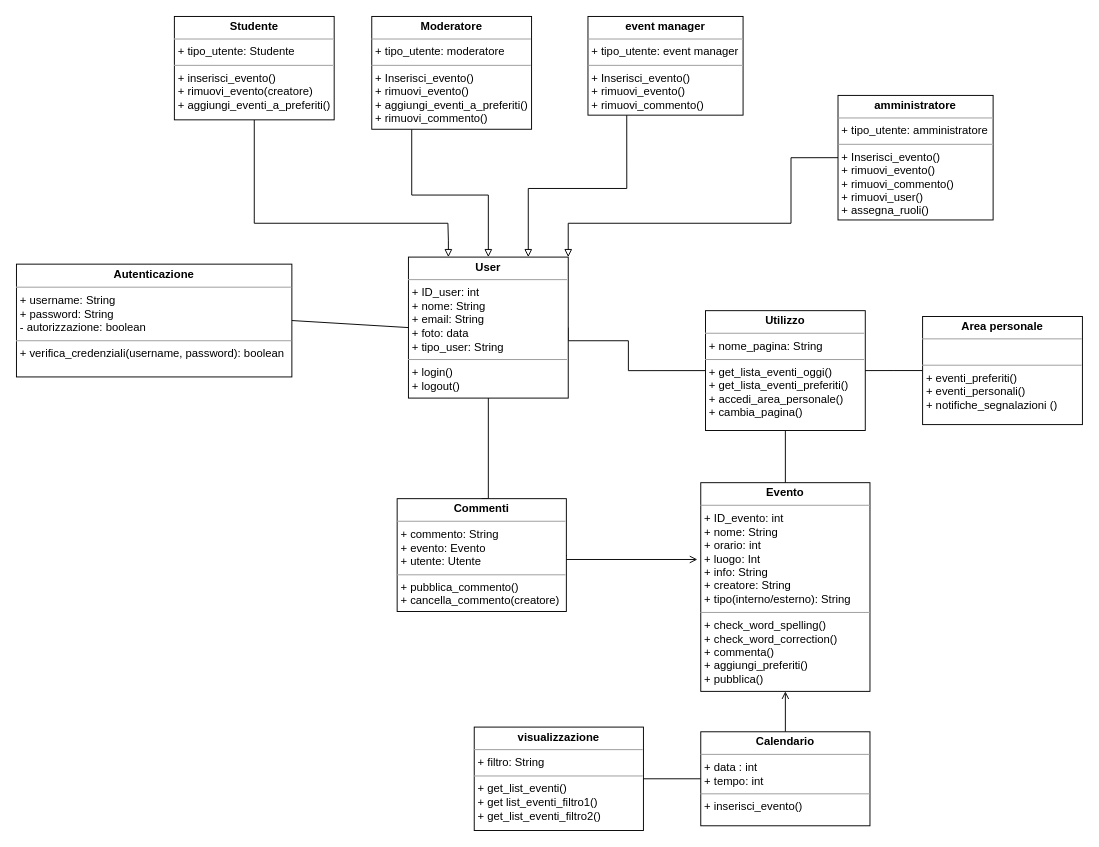
The draw.io diagram diagrams/4.class_diagram/Class_diagram_IS.drawio in tomasel/IS_Univents, before the edit. Source tidied: cells renumbered, new cells numbered last; positions are measured from the earlier drawing's top-left corner, leaving out a move shared by most shapes. Both pictures are drawn from the tidied source at 94%, with x=0, y=0 at pixel (16, 16).
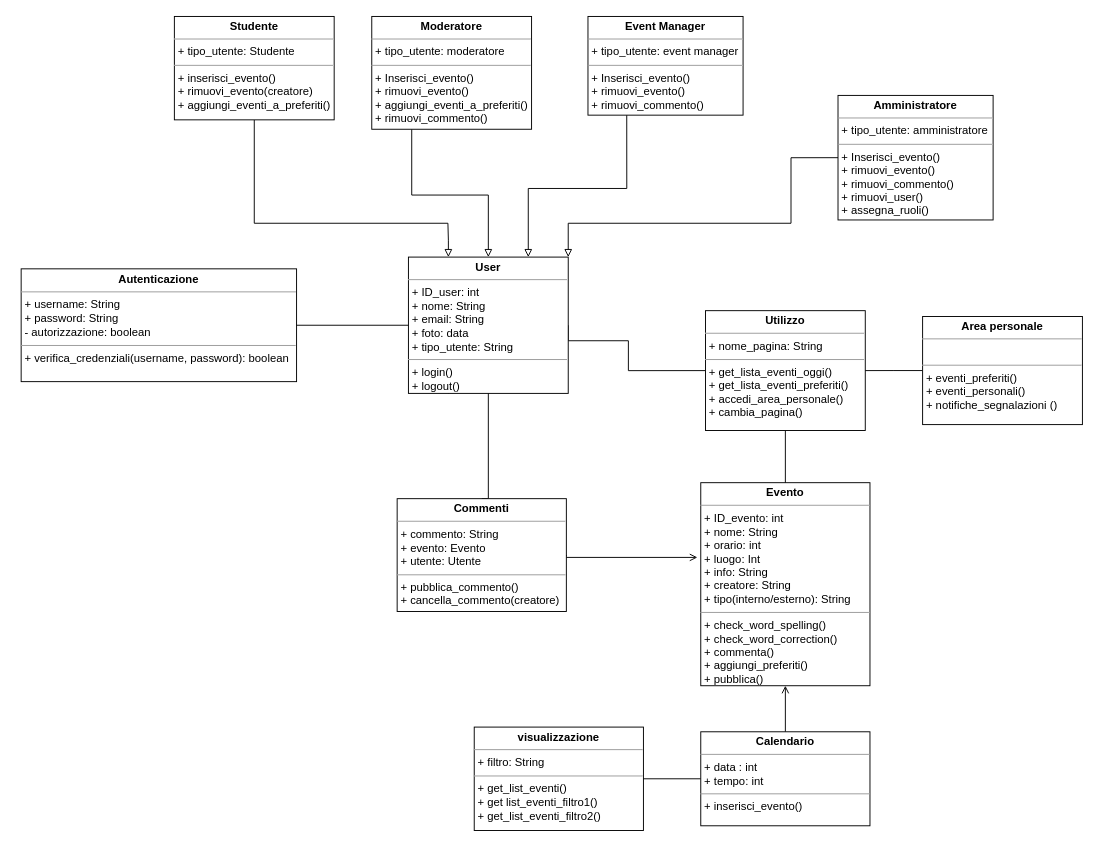
After the change.

What changed in the source:
```diff
@@
-    <mxCell id="8" value="&lt;p style=&quot;margin: 0px ; margin-top: 4px ; text-align: center&quot;&gt;&lt;b&gt;User&lt;/b&gt;&lt;/p&gt;&lt;hr size=&quot;1&quot;&gt;&lt;p style=&quot;margin: 0px ; margin-left: 4px&quot;&gt;+ ID_user: int&lt;/p&gt;&lt;p style=&quot;margin: 0px ; margin-left: 4px&quot;&gt;+ nome: String&lt;/p&gt;&lt;p style=&quot;margin: 0px ; margin-left: 4px&quot;&gt;+ email: String&lt;/p&gt;&lt;p style=&quot;margin: 0px ; margin-left: 4px&quot;&gt;&lt;span&gt;+ foto: data&lt;/span&gt;&lt;/p&gt;&lt;p style=&quot;margin: 0px ; margin-left: 4px&quot;&gt;&lt;span&gt;+ tipo_user: String&lt;/span&gt;&lt;/p&gt;&lt;hr size=&quot;1&quot;&gt;&lt;p style=&quot;margin: 0px ; margin-left: 4px&quot;&gt;+ login()&lt;/p&gt;&lt;p style=&quot;margin: 0px ; margin-left: 4px&quot;&gt;+ logout()&lt;/p&gt;&lt;p style=&quot;margin: 0px 0px 0px 4px&quot;&gt;&lt;br&gt;&lt;/p&gt;" style="verticalAlign=top;align=left;overflow=fill;fontSize=12;fontFamily=Helvetica;html=1;" parent="1" vertex="1">
-      <mxGeometry x="417" y="256" width="170" height="150" as="geometry" />
+    <mxCell id="8" value="&lt;p style=&quot;margin: 0px ; margin-top: 4px ; text-align: center&quot;&gt;&lt;b&gt;User&lt;/b&gt;&lt;/p&gt;&lt;hr size=&quot;1&quot;&gt;&lt;p style=&quot;margin: 0px ; margin-left: 4px&quot;&gt;+ ID_user: int&lt;/p&gt;&lt;p style=&quot;margin: 0px ; margin-left: 4px&quot;&gt;+ nome: String&lt;/p&gt;&lt;p style=&quot;margin: 0px ; margin-left: 4px&quot;&gt;+ email: String&lt;/p&gt;&lt;p style=&quot;margin: 0px ; margin-left: 4px&quot;&gt;&lt;span&gt;+ foto: data&lt;/span&gt;&lt;/p&gt;&lt;p style=&quot;margin: 0px ; margin-left: 4px&quot;&gt;&lt;span&gt;+ tipo_utente: String&lt;/span&gt;&lt;/p&gt;&lt;hr size=&quot;1&quot;&gt;&lt;p style=&quot;margin: 0px ; margin-left: 4px&quot;&gt;+ login()&lt;/p&gt;&lt;p style=&quot;margin: 0px ; margin-left: 4px&quot;&gt;+ logout()&lt;/p&gt;&lt;p style=&quot;margin: 0px 0px 0px 4px&quot;&gt;&lt;br&gt;&lt;/p&gt;" style="verticalAlign=top;align=left;overflow=fill;fontSize=12;fontFamily=Helvetica;html=1;" parent="1" vertex="1">
+      <mxGeometry x="417" y="256" width="170" height="145" as="geometry" />
     </mxCell>
@@
-    <mxCell id="11" value="&lt;p style=&quot;margin: 0px ; margin-top: 4px ; text-align: center&quot;&gt;&lt;b&gt;event manager&lt;/b&gt;&lt;/p&gt;&lt;hr size=&quot;1&quot;&gt;&lt;p style=&quot;margin: 0px ; margin-left: 4px&quot;&gt;+ tipo_utente: event manager&lt;/p&gt;&lt;hr size=&quot;1&quot;&gt;&lt;p style=&quot;margin: 0px ; margin-left: 4px&quot;&gt;&lt;span&gt;+ Inserisci_evento()&lt;/span&gt;&lt;br&gt;&lt;/p&gt;&lt;p style=&quot;margin: 0px ; margin-left: 4px&quot;&gt;+ rimuovi_evento()&lt;/p&gt;&lt;p style=&quot;margin: 0px ; margin-left: 4px&quot;&gt;+ rimuovi_commento()&lt;/p&gt;&lt;p style=&quot;margin: 0px ; margin-left: 4px&quot;&gt;&lt;br&gt;&lt;/p&gt;&lt;p style=&quot;margin: 0px ; margin-left: 4px&quot;&gt;&lt;br&gt;&lt;/p&gt;" style="verticalAlign=top;align=left;overflow=fill;fontSize=12;fontFamily=Helvetica;html=1;" parent="1" vertex="1">
+    <mxCell id="11" value="&lt;p style=&quot;margin: 0px ; margin-top: 4px ; text-align: center&quot;&gt;&lt;b&gt;Event Manager&lt;/b&gt;&lt;/p&gt;&lt;hr size=&quot;1&quot;&gt;&lt;p style=&quot;margin: 0px ; margin-left: 4px&quot;&gt;+ tipo_utente: event manager&lt;/p&gt;&lt;hr size=&quot;1&quot;&gt;&lt;p style=&quot;margin: 0px ; margin-left: 4px&quot;&gt;&lt;span&gt;+ Inserisci_evento()&lt;/span&gt;&lt;br&gt;&lt;/p&gt;&lt;p style=&quot;margin: 0px ; margin-left: 4px&quot;&gt;+ rimuovi_evento()&lt;/p&gt;&lt;p style=&quot;margin: 0px ; margin-left: 4px&quot;&gt;+ rimuovi_commento()&lt;/p&gt;&lt;p style=&quot;margin: 0px ; margin-left: 4px&quot;&gt;&lt;br&gt;&lt;/p&gt;&lt;p style=&quot;margin: 0px ; margin-left: 4px&quot;&gt;&lt;br&gt;&lt;/p&gt;" style="verticalAlign=top;align=left;overflow=fill;fontSize=12;fontFamily=Helvetica;html=1;" parent="1" vertex="1">
       <mxGeometry x="608" width="165" height="105" as="geometry" />
     </mxCell>
@@
     <mxCell id="13" value="&lt;p style=&quot;margin: 0px ; margin-top: 4px ; text-align: center&quot;&gt;&lt;b&gt;Evento&lt;/b&gt;&lt;/p&gt;&lt;hr size=&quot;1&quot;&gt;&lt;p style=&quot;margin: 0px ; margin-left: 4px&quot;&gt;+ ID_evento: int&lt;/p&gt;&lt;p style=&quot;margin: 0px ; margin-left: 4px&quot;&gt;+ nome: String&lt;/p&gt;&lt;p style=&quot;margin: 0px ; margin-left: 4px&quot;&gt;+ orario: int&lt;/p&gt;&lt;p style=&quot;margin: 0px ; margin-left: 4px&quot;&gt;+ luogo: Int&lt;/p&gt;&lt;p style=&quot;margin: 0px ; margin-left: 4px&quot;&gt;+ info: String&lt;/p&gt;&lt;p style=&quot;margin: 0px ; margin-left: 4px&quot;&gt;+ creatore: String&lt;/p&gt;&lt;p style=&quot;margin: 0px ; margin-left: 4px&quot;&gt;+ tipo(interno/esterno): String&lt;/p&gt;&lt;hr size=&quot;1&quot;&gt;&lt;p style=&quot;margin: 0px ; margin-left: 4px&quot;&gt;&lt;span&gt;+ check_word_spelling&lt;/span&gt;&lt;span&gt;()&lt;/span&gt;&lt;br&gt;&lt;/p&gt;&lt;p style=&quot;margin: 0px ; margin-left: 4px&quot;&gt;&lt;span&gt;+ check_word_correction()&lt;/span&gt;&lt;/p&gt;&lt;p style=&quot;margin: 0px ; margin-left: 4px&quot;&gt;&lt;span&gt;+ commenta()&lt;/span&gt;&lt;/p&gt;&lt;p style=&quot;margin: 0px ; margin-left: 4px&quot;&gt;&lt;span&gt;+ aggiungi_preferiti()&lt;/span&gt;&lt;/p&gt;&lt;p style=&quot;margin: 0px ; margin-left: 4px&quot;&gt;&lt;span&gt;+ pubblica()&lt;/span&gt;&lt;/p&gt;&lt;span style=&quot;color: rgba(0 , 0 , 0 , 0) ; font-family: monospace ; font-size: 0px&quot;&gt;%3CmxGraphModel%3E%3Croot%3E%3CmxCell%20id%3D%220%22%2F%3E%3CmxCell%20id%3D%221%22%20parent%3D%220%22%2F%3E%3CmxCell%20id%3D%222%22%20value%3D%22%26lt%3Bp%20style%3D%26quot%3Bmargin%3A%200px%20%3B%20margin-top%3A%204px%20%3B%20text-align%3A%20center%26quot%3B%26gt%3B%26lt%3Bb%26gt%3BStudente%26lt%3B%2Fb%26gt%3B%26lt%3B%2Fp%26gt%3B%26lt%3Bhr%20size%3D%26quot%3B1%26quot%3B%26gt%3B%26lt%3Bp%20style%3D%26quot%3Bmargin%3A%200px%20%3B%20margin-left%3A%204px%26quot%3B%26gt%3Blista_eventi_creati%26lt%3B%2Fp%26gt%3B%26lt%3Bp%20style%3D%26quot%3Bmargin%3A%200px%20%3B%20margin-left%3A%204px%26quot%3B%26gt%3Blista_eventi_preferiti%26lt%3B%2Fp%26gt%3B%26lt%3Bhr%20size%3D%26quot%3B1%26quot%3B%26gt%3B%26lt%3Bp%20style%3D%26quot%3Bmargin%3A%200px%20%3B%20margin-left%3A%204px%26quot%3B%26gt%3Bcommenta()%26lt%3B%2Fp%26gt%3B%26lt%3Bp%20style%3D%26quot%3Bmargin%3A%200px%20%3B%20margin-left%3A%204px%26quot%3B%26gt%3BInserisci_evento()%26lt%3B%2Fp%26gt%3B%26lt%3Bp%20style%3D%26quot%3Bmargin%3A%200px%20%3B%20margin-left%3A%204px%26quot%3B%26gt%3Brimuovi_evento(creatore)%26lt%3B%2Fp%26gt%3B%26lt%3Bp%20style%3D%26quot%3Bmargin%3A%200px%20%3B%20margin-left%3A%204px%26quot%3B%26gt%3B%26lt%3Bbr%26gt%3B%26lt%3B%2Fp%26gt%3B%26lt%3Bp%20style%3D%26quot%3Bmargin%3A%200px%20%3B%20margin-left%3A%204px%26quot%3B%26gt%3B%26lt%3Bbr%26gt%3B%26lt%3B%2Fp%26gt%3B%22%20style%3D%22verticalAlign%3Dtop%3Balign%3Dleft%3Boverflow%3Dfill%3BfontSize%3D12%3BfontFamily%3DHelvetica%3Bhtml%3D1%3B%22%20vertex%3D%221%22%20parent%3D%221%22%3E%3CmxGeometry%20x%3D%22120%22%20y%3D%22495%22%20width%3D%22160%22%20height%3D%22185%22%20as%3D%22geometry%22%2F%3E%3C%2FmxCell%3E%3C%2Froot%3E%3C%2FmxGraphModel%3&lt;br&gt;&lt;/span&gt;&lt;p style=&quot;margin: 0px ; margin-left: 4px&quot;&gt;&lt;br&gt;&lt;/p&gt;" style="verticalAlign=top;align=left;overflow=fill;fontSize=12;fontFamily=Helvetica;html=1;" parent="1" vertex="1">
-      <mxGeometry x="728" y="496" width="180" height="222" as="geometry" />
+      <mxGeometry x="728" y="496" width="180" height="216" as="geometry" />
     </mxCell>
@@
     <mxCell id="18" value="&lt;p style=&quot;margin: 0px ; margin-top: 4px ; text-align: center&quot;&gt;&lt;b&gt;Autenticazione&lt;/b&gt;&lt;/p&gt;&lt;hr size=&quot;1&quot;&gt;&lt;p style=&quot;margin: 0px ; margin-left: 4px&quot;&gt;+ username: String&lt;/p&gt;&lt;p style=&quot;margin: 0px ; margin-left: 4px&quot;&gt;+ password: String&lt;/p&gt;&lt;p style=&quot;margin: 0px ; margin-left: 4px&quot;&gt;- autorizzazione: boolean&lt;/p&gt;&lt;hr size=&quot;1&quot;&gt;&lt;p style=&quot;margin: 0px ; margin-left: 4px&quot;&gt;&lt;/p&gt;&lt;p style=&quot;margin: 0px ; margin-left: 4px&quot;&gt;+ verifica_credenziali(username, password): boolean&lt;/p&gt;" style="verticalAlign=top;align=left;overflow=fill;fontSize=12;fontFamily=Helvetica;html=1;" parent="1" vertex="1">
-      <mxGeometry y="263.5" width="293" height="120" as="geometry" />
+      <mxGeometry x="5" y="268.5" width="293" height="120" as="geometry" />
     </mxCell>
@@
-    <mxCell id="25" value="&lt;p style=&quot;margin: 0px ; margin-top: 4px ; text-align: center&quot;&gt;&lt;b&gt;amministratore&lt;/b&gt;&lt;/p&gt;&lt;hr size=&quot;1&quot;&gt;&lt;p style=&quot;margin: 0px ; margin-left: 4px&quot;&gt;+ tipo_utente: amministratore&lt;/p&gt;&lt;hr size=&quot;1&quot;&gt;&lt;p style=&quot;margin: 0px 0px 0px 4px&quot;&gt;+ Inserisci_evento()&lt;br&gt;&lt;/p&gt;&lt;p style=&quot;margin: 0px 0px 0px 4px&quot;&gt;+ rimuovi_evento()&lt;/p&gt;&lt;p style=&quot;margin: 0px 0px 0px 4px&quot;&gt;+ rimuovi_commento()&lt;/p&gt;&lt;p style=&quot;margin: 0px 0px 0px 4px&quot;&gt;+ rimuovi_user()&lt;/p&gt;&lt;p style=&quot;margin: 0px 0px 0px 4px&quot;&gt;+ assegna_ruoli()&lt;/p&gt;&lt;p style=&quot;margin: 0px ; margin-left: 4px&quot;&gt;&lt;br&gt;&lt;/p&gt;&lt;p style=&quot;margin: 0px ; margin-left: 4px&quot;&gt;&lt;br&gt;&lt;/p&gt;" style="verticalAlign=top;align=left;overflow=fill;fontSize=12;fontFamily=Helvetica;html=1;" parent="1" vertex="1">
+    <mxCell id="25" value="&lt;p style=&quot;margin: 0px ; margin-top: 4px ; text-align: center&quot;&gt;&lt;b&gt;Amministratore&lt;/b&gt;&lt;/p&gt;&lt;hr size=&quot;1&quot;&gt;&lt;p style=&quot;margin: 0px ; margin-left: 4px&quot;&gt;+ tipo_utente: amministratore&lt;/p&gt;&lt;hr size=&quot;1&quot;&gt;&lt;p style=&quot;margin: 0px 0px 0px 4px&quot;&gt;+ Inserisci_evento()&lt;br&gt;&lt;/p&gt;&lt;p style=&quot;margin: 0px 0px 0px 4px&quot;&gt;+ rimuovi_evento()&lt;/p&gt;&lt;p style=&quot;margin: 0px 0px 0px 4px&quot;&gt;+ rimuovi_commento()&lt;/p&gt;&lt;p style=&quot;margin: 0px 0px 0px 4px&quot;&gt;+ rimuovi_user()&lt;/p&gt;&lt;p style=&quot;margin: 0px 0px 0px 4px&quot;&gt;+ assegna_ruoli()&lt;/p&gt;&lt;p style=&quot;margin: 0px ; margin-left: 4px&quot;&gt;&lt;br&gt;&lt;/p&gt;&lt;p style=&quot;margin: 0px ; margin-left: 4px&quot;&gt;&lt;br&gt;&lt;/p&gt;" style="verticalAlign=top;align=left;overflow=fill;fontSize=12;fontFamily=Helvetica;html=1;" parent="1" vertex="1">
       <mxGeometry x="874" y="84" width="165" height="132.5" as="geometry" />
     </mxCell>
```
